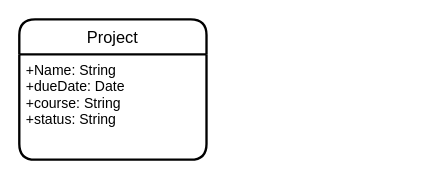
Earlier version of the draw.io diagram lesson05/diagrams/ProjectTracker.drawio (eduardojaime/COMP3033WebFrameworksAndAPIs). Source tidied: cells renumbered, new cells numbered last; positions are measured from the earlier drawing's top-left corner, leaving out a move shared by most shapes. Both pictures are drawn from the tidied source at 117%, with x=0, y=0 at pixel (19, 19).
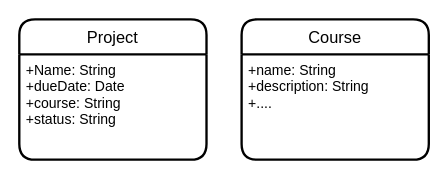
The same page after the edit.

Commit message (it also covers changes not shown here):
lesson05demo endpoints

Change to the diagram source:
```diff
@@
 <mxGraphModel>
   <root>
     <mxCell id="0" />
     <mxCell id="1" parent="0" />
     <mxCell id="2" value="Project" style="swimlane;horizontal=1;startSize=30;rounded=1;fontSize=14;fontStyle=0;strokeWidth=2;shadow=0;dashed=0;align=center;" parent="1" vertex="1">
       <mxGeometry width="160" height="120" as="geometry" />
     </mxCell>
     <mxCell id="3" value="+Name: String&#10;+dueDate: Date&#10;+course: String&#10;+status: String" style="align=left;strokeColor=none;fillColor=none;spacingLeft=4;fontSize=12;verticalAlign=top;" parent="2" vertex="1">
       <mxGeometry y="30" width="160" height="90" as="geometry" />
     </mxCell>
+    <mxCell id="4" value="Course" style="swimlane;horizontal=1;startSize=30;rounded=1;fontSize=14;fontStyle=0;strokeWidth=2;shadow=0;dashed=0;align=center;" parent="1" vertex="1">
+      <mxGeometry x="190" width="160" height="120" as="geometry" />
+    </mxCell>
+    <mxCell id="5" value="+name: String&#10;+description: String&#10;+...." style="align=left;strokeColor=none;fillColor=none;spacingLeft=4;fontSize=12;verticalAlign=top;" parent="4" vertex="1">
+      <mxGeometry y="30" width="160" height="90" as="geometry" />
+    </mxCell>
   </root>
 </mxGraphModel>
```
